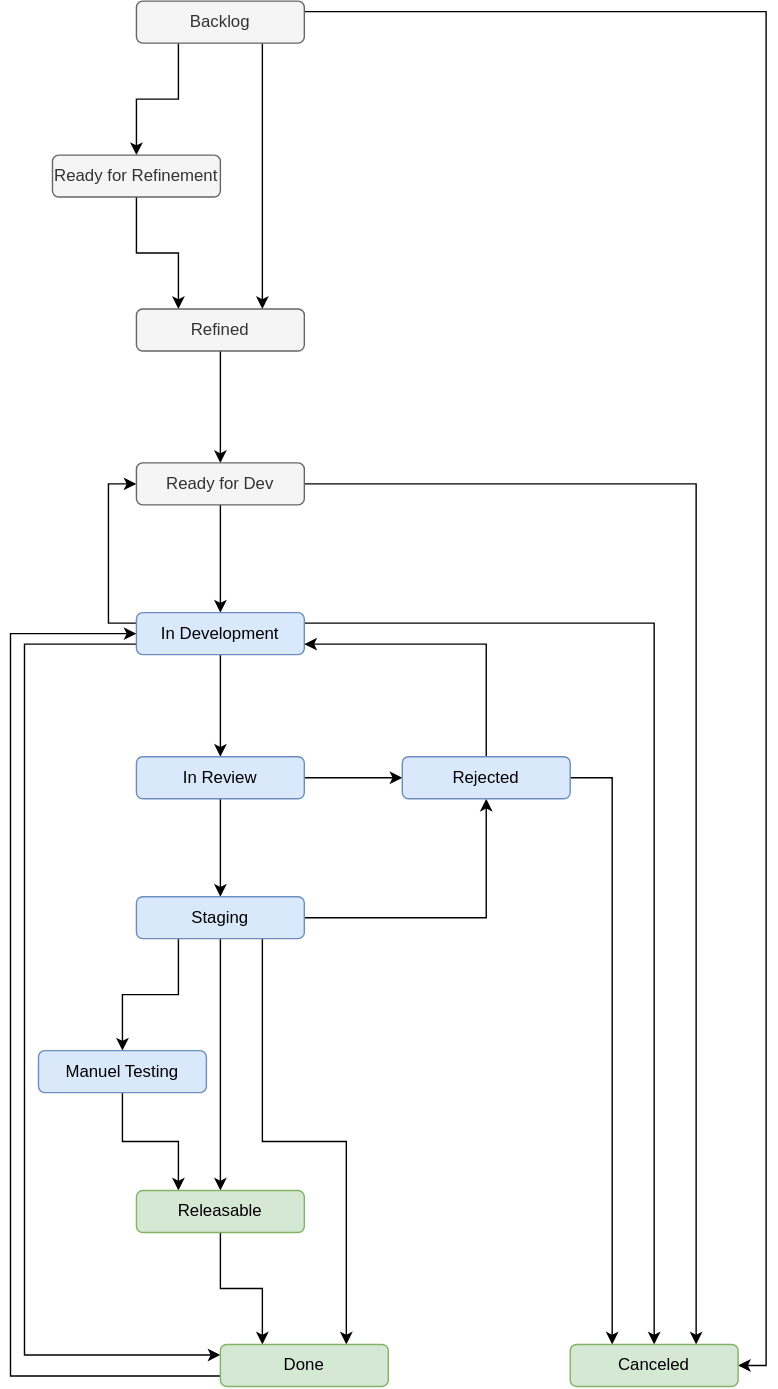
ksb-digital/.github keeps this draw.io diagram as workflows/workflow-tech.drawio.svg. Above is the earlier version. Source tidied: cells renumbered, new cells last; positions are measured from the earlier drawing's top-left corner, leaving out a move shared by most shapes.
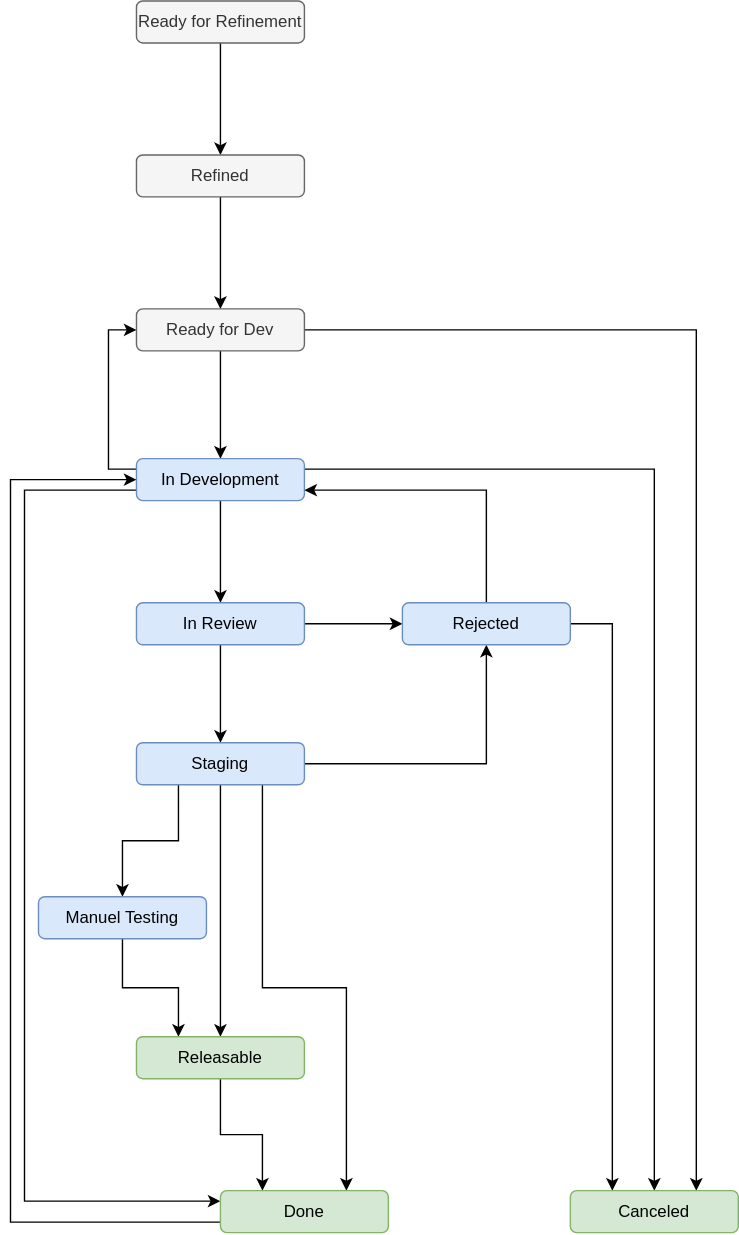
After the commit.

Commit message:
docs: remove backlog stage

The edit, as a diff of the source:
```diff
@@ -2,23 +2,11 @@
   <root>
     <mxCell id="0" />
     <mxCell id="1" parent="0" />
-    <mxCell id="2" style="edgeStyle=orthogonalEdgeStyle;rounded=0;jettySize=auto;html=1;exitX=0.25;exitY=1;exitDx=0;exitDy=0;entryX=0.5;entryY=0;entryDx=0;entryDy=0;" parent="1" edge="1" source="5" target="7">
-      <mxGeometry relative="1" as="geometry" />
-    </mxCell>
-    <mxCell id="3" style="edgeStyle=orthogonalEdgeStyle;rounded=0;jettySize=auto;html=1;exitX=1;exitY=0.25;exitDx=0;exitDy=0;entryX=1;entryY=0.5;entryDx=0;entryDy=0;" parent="1" edge="1" source="5" target="35">
-      <mxGeometry relative="1" as="geometry" />
-    </mxCell>
-    <mxCell id="4" style="edgeStyle=orthogonalEdgeStyle;rounded=0;jettySize=auto;html=1;exitX=0.75;exitY=1;exitDx=0;exitDy=0;entryX=0.75;entryY=0;entryDx=0;entryDy=0;" parent="1" edge="1" source="5" target="9">
-      <mxGeometry relative="1" as="geometry" />
-    </mxCell>
-    <mxCell id="5" value="Backlog" style="rounded=1;whiteSpace=wrap;html=1;fillColor=#f5f5f5;fontColor=#333333;strokeColor=#666666;" parent="1" vertex="1">
-      <mxGeometry x="90" width="120" height="30" as="geometry" />
-    </mxCell>
-    <mxCell id="6" style="edgeStyle=orthogonalEdgeStyle;rounded=0;jettySize=auto;html=1;exitX=0.5;exitY=1;exitDx=0;exitDy=0;entryX=0.25;entryY=0;entryDx=0;entryDy=0;" parent="1" edge="1" source="7" target="9">
+    <mxCell id="6" style="edgeStyle=orthogonalEdgeStyle;rounded=0;jettySize=auto;html=1;exitX=0.5;exitY=1;exitDx=0;exitDy=0;entryX=0.5;entryY=0;entryDx=0;entryDy=0;" parent="1" edge="1" source="7" target="9">
       <mxGeometry relative="1" as="geometry" />
     </mxCell>
     <mxCell id="7" value="Ready for Refinement" style="rounded=1;whiteSpace=wrap;html=1;fillColor=#f5f5f5;fontColor=#333333;strokeColor=#666666;" parent="1" vertex="1">
-      <mxGeometry x="30" y="110" width="120" height="30" as="geometry" />
+      <mxGeometry x="90" y="110" width="120" height="30" as="geometry" />
     </mxCell>
     <mxCell id="8" style="edgeStyle=orthogonalEdgeStyle;rounded=0;jettySize=auto;html=1;exitX=0.5;exitY=1;exitDx=0;exitDy=0;entryX=0.5;entryY=0;entryDx=0;entryDy=0;" parent="1" edge="1" source="9" target="12">
       <mxGeometry relative="1" as="geometry" />
```
